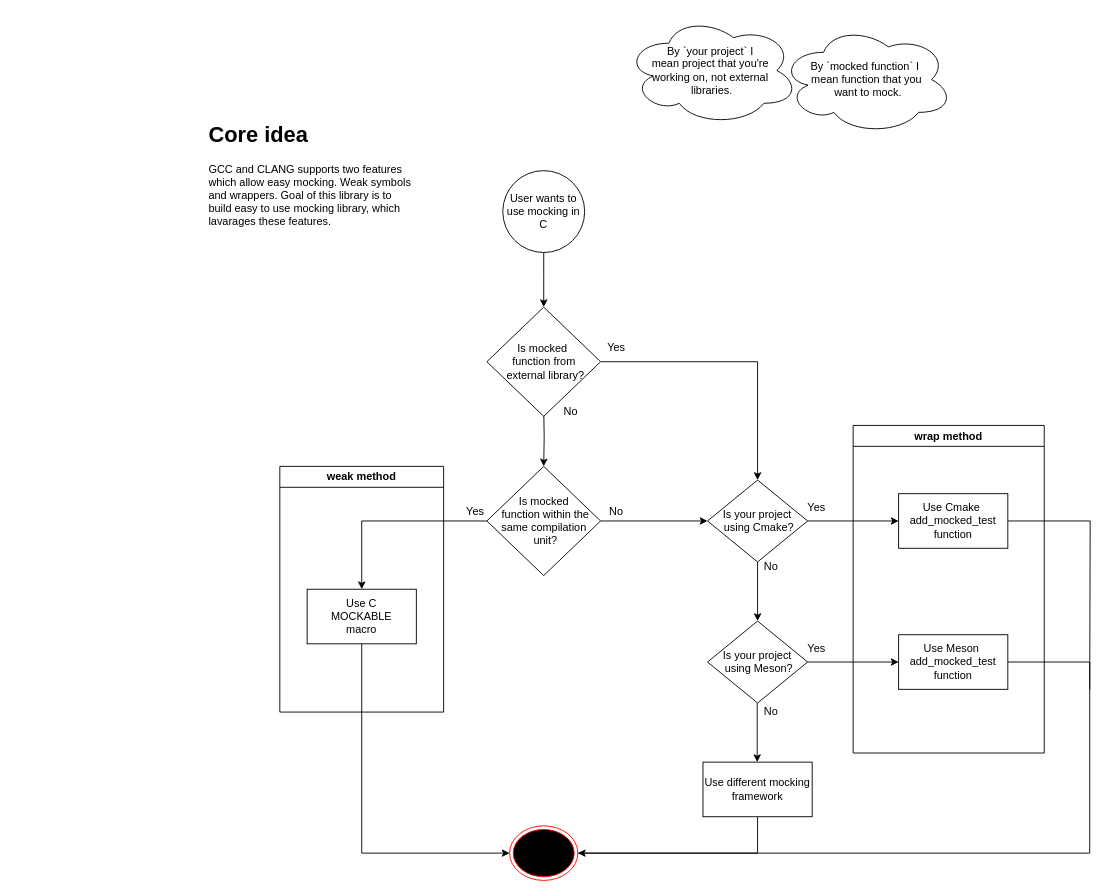
The draw.io diagram docs/c-minilib-mock-architecture.drawio in KubaTaba1uga/cdk_mock, before the edit. Source tidied: cells renumbered, new cells numbered last; positions are measured from the earlier drawing's top-left corner, leaving out a move shared by most shapes. Both pictures are drawn from the tidied source at 91%, with x=0, y=0 at pixel (207, 15).
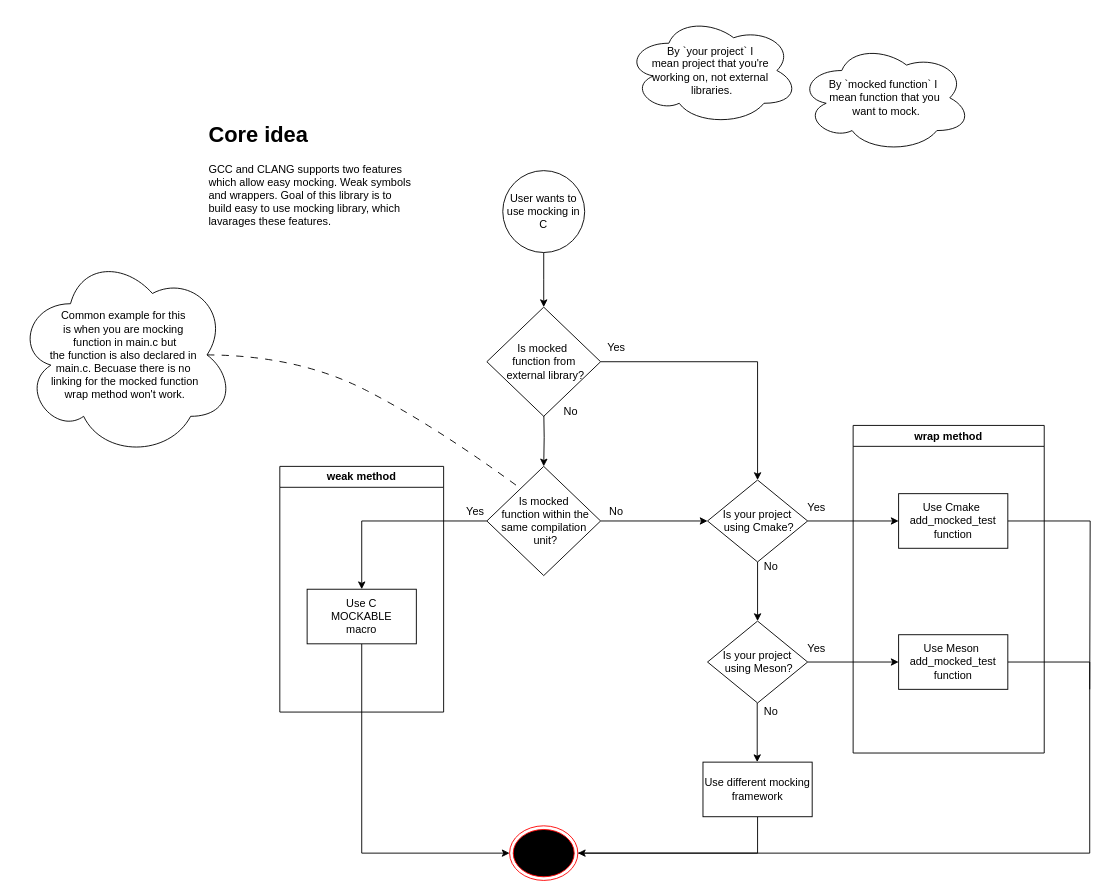
The same diagram, later.

Unchanged cells that the change refers to:
```xml
<mxCell id="29" value="Is&amp;nbsp;&lt;span style=&quot;background-color: transparent; color: light-dark(rgb(0, 0, 0), rgb(255, 255, 255));&quot;&gt;mocked&lt;/span&gt;&lt;div&gt;&lt;span style=&quot;background-color: transparent; color: light-dark(rgb(0, 0, 0), rgb(255, 255, 255));&quot;&gt;&amp;nbsp;function&amp;nbsp;&lt;/span&gt;&lt;span style=&quot;background-color: transparent; color: light-dark(rgb(0, 0, 0), rgb(255, 255, 255));&quot;&gt;within the same compilation&lt;/span&gt;&lt;/div&gt;&lt;div&gt;&lt;span style=&quot;background-color: transparent; color: light-dark(rgb(0, 0, 0), rgb(255, 255, 255));&quot;&gt;&amp;nbsp;unit&lt;/span&gt;&lt;span style=&quot;background-color: transparent; color: light-dark(rgb(0, 0, 0), rgb(255, 255, 255));&quot;&gt;?&lt;/span&gt;&lt;/div&gt;" style="rhombus;whiteSpace=wrap;html=1;" parent="1" vertex="1">
  <mxGeometry x="307.5" y="495" width="125" height="120" as="geometry" />
</mxCell>
```

What changed in the source:
```diff
@@
     <mxCell id="37" value="By `mocked function` I&amp;nbsp;&lt;div&gt;mean&amp;nbsp;&lt;span style=&quot;background-color: transparent; color: light-dark(rgb(0, 0, 0), rgb(255, 255, 255));&quot;&gt;function that you&lt;/span&gt;&lt;/div&gt;&lt;div&gt;&lt;span style=&quot;background-color: transparent; color: light-dark(rgb(0, 0, 0), rgb(255, 255, 255));&quot;&gt;&amp;nbsp;want to mock&lt;/span&gt;&lt;span style=&quot;background-color: transparent; color: light-dark(rgb(0, 0, 0), rgb(255, 255, 255));&quot;&gt;.&lt;/span&gt;&lt;/div&gt;" style="ellipse;shape=cloud;whiteSpace=wrap;html=1;" parent="1" vertex="1">
-      <mxGeometry x="630" y="10" width="190" height="120" as="geometry" />
+      <mxGeometry x="650" y="30" width="190" height="120" as="geometry" />
     </mxCell>
+    <mxCell id="38" value="Common example for this&amp;nbsp;&lt;div&gt;is when you are mocking&amp;nbsp;&lt;/div&gt;&lt;div&gt;function in main.c but&lt;/div&gt;&lt;div&gt;the function is also declared in&amp;nbsp;&lt;/div&gt;&lt;div&gt;main.c. Becuase there is no&amp;nbsp;&lt;/div&gt;&lt;div&gt;linking for the mocked function&lt;/div&gt;&lt;div&gt;&amp;nbsp;wrap method won't work.&lt;span style=&quot;background-color: transparent; color: light-dark(rgb(0, 0, 0), rgb(255, 255, 255));&quot;&gt;&amp;nbsp;&lt;/span&gt;&lt;/div&gt;" style="ellipse;shape=cloud;whiteSpace=wrap;html=1;" parent="1" vertex="1">
+      <mxGeometry x="-210" y="260" width="240" height="225" as="geometry" />
+    </mxCell>
+    <mxCell id="39" style="endArrow=none;html=1;rounded=0;entryX=0.292;entryY=0.199;entryDx=0;entryDy=0;entryPerimeter=0;exitX=0.875;exitY=0.5;exitDx=0;exitDy=0;exitPerimeter=0;curved=1;dashed=1;dashPattern=8 8;startFill=0;" parent="1" edge="1" source="38" target="29">
+      <mxGeometry relative="1" as="geometry">
+        <Array as="points">
+          <mxPoint x="100" y="373" />
+          <mxPoint x="250" y="450" />
+        </Array>
+      </mxGeometry>
+    </mxCell>
```
